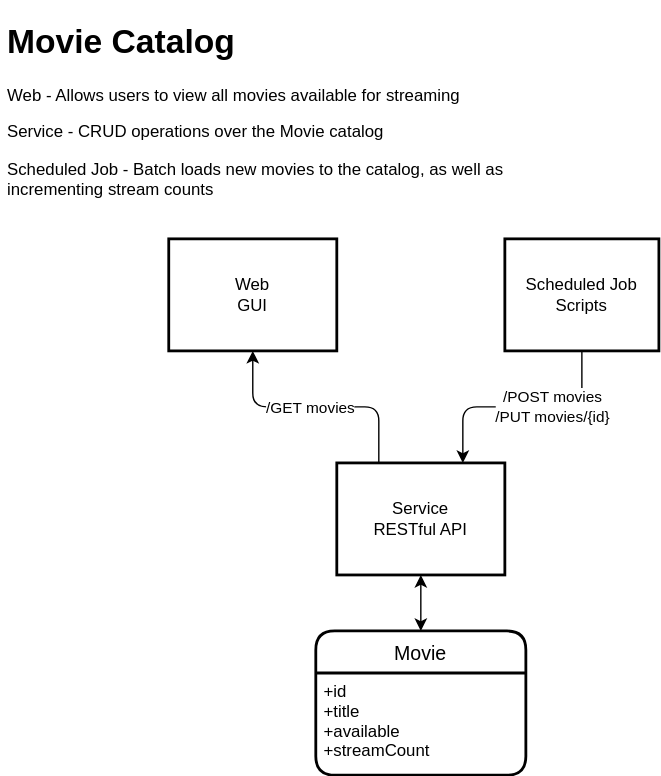
Before: OF_Mini_Pipeline.svg, a diagram exported from draw.io (annagapuz/cicd-comparison). Source tidied: cells renumbered, new cells last; positions are measured from the earlier drawing's top-left corner, leaving out a move shared by most shapes.
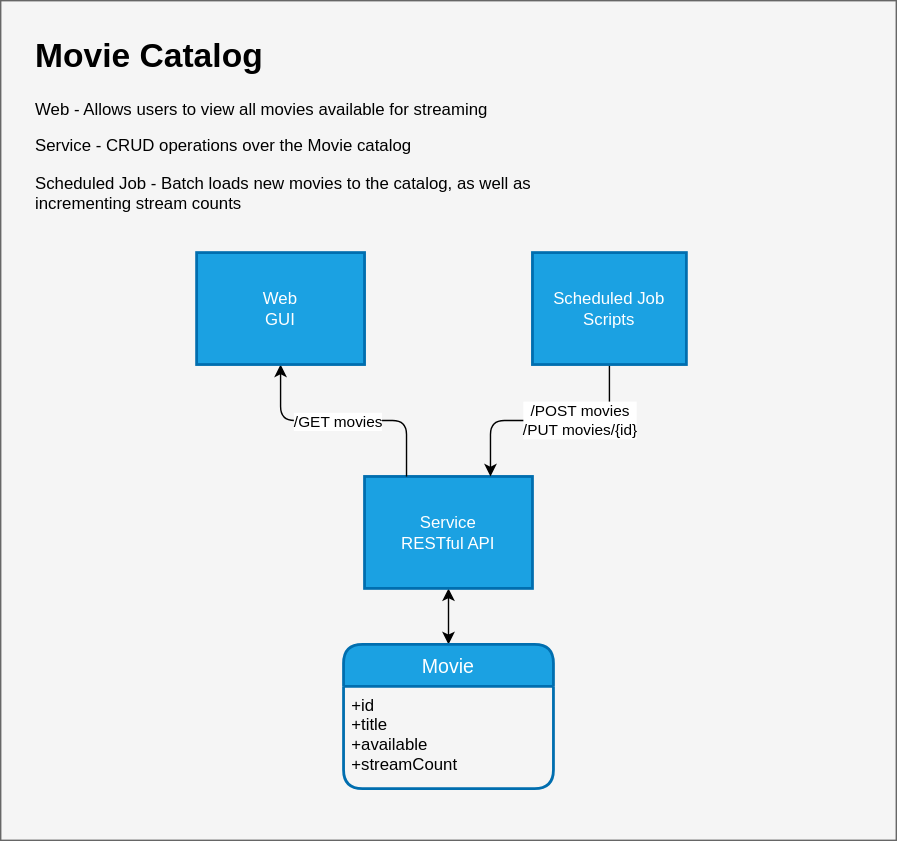
The same file after the commit.

The edit, as a diff of the source:
```diff
@@ -2,10 +2,13 @@
   <root>
     <mxCell id="0" />
     <mxCell id="1" parent="0" />
+    <mxCell id="13" style="rounded=0;whiteSpace=wrap;html=1;sketch=0;align=center;fillColor=#f5f5f5;strokeColor=#666666;fontColor=#333333;" parent="1" vertex="1">
+      <mxGeometry x="-20" y="-20" width="640" height="600" as="geometry" />
+    </mxCell>
     <mxCell id="2" style="edgeStyle=orthogonalEdgeStyle;curved=0;rounded=1;sketch=0;jettySize=auto;html=1;exitX=0.5;exitY=1;exitDx=0;exitDy=0;entryX=0.5;entryY=0;entryDx=0;entryDy=0;startArrow=classic;startFill=1;" parent="1" edge="1" source="3" target="11">
       <mxGeometry relative="1" as="geometry" />
     </mxCell>
-    <mxCell id="3" value="Service&lt;br&gt;&lt;div&gt;RESTful API&lt;/div&gt;" style="whiteSpace=wrap;html=1;absoluteArcSize=1;arcSize=14;strokeWidth=2;" parent="1" vertex="1">
+    <mxCell id="3" value="Service&lt;br&gt;&lt;div&gt;RESTful API&lt;/div&gt;" style="whiteSpace=wrap;html=1;absoluteArcSize=1;arcSize=14;strokeWidth=2;fillColor=#1ba1e2;strokeColor=#006EAF;fontColor=#ffffff;" parent="1" vertex="1">
       <mxGeometry x="240" y="320" width="120" height="80" as="geometry" />
     </mxCell>
     <mxCell id="4" style="edgeStyle=orthogonalEdgeStyle;jettySize=auto;html=1;exitX=0.25;exitY=0;exitDx=0;exitDy=0;entryX=0.5;entryY=1;entryDx=0;entryDy=0;" parent="1" edge="1" source="3" target="6">
@@ -14,7 +17,7 @@
     <mxCell id="5" value="/GET movies" style="edgeLabel;html=1;align=left;verticalAlign=middle;" parent="4" vertex="1">
       <mxGeometry x="0.43" relative="1" as="geometry" />
     </mxCell>
-    <mxCell id="6" value="Web&lt;br&gt;GUI" style="whiteSpace=wrap;html=1;absoluteArcSize=1;arcSize=14;strokeWidth=2;" parent="1" vertex="1">
+    <mxCell id="6" value="Web&lt;br&gt;GUI" style="whiteSpace=wrap;html=1;absoluteArcSize=1;arcSize=14;strokeWidth=2;fillColor=#1ba1e2;strokeColor=#006EAF;fontColor=#ffffff;" parent="1" vertex="1">
       <mxGeometry x="120" y="160" width="120" height="80" as="geometry" />
     </mxCell>
     <mxCell id="7" style="edgeStyle=orthogonalEdgeStyle;jettySize=auto;html=1;exitX=0.5;exitY=1;exitDx=0;exitDy=0;entryX=0.75;entryY=0;entryDx=0;entryDy=0;" parent="1" edge="1" source="9" target="3">
@@ -23,13 +26,13 @@
     <mxCell id="8" value="&lt;div&gt;/POST movies&lt;/div&gt;&lt;div&gt;/PUT movies/{id}&lt;br&gt;&lt;/div&gt;" style="edgeLabel;html=1;align=center;verticalAlign=middle;" parent="7" vertex="1">
       <mxGeometry x="-0.25" y="-1" relative="1" as="geometry" />
     </mxCell>
-    <mxCell id="9" value="&lt;div&gt;Scheduled Job&lt;br&gt;&lt;/div&gt;&lt;div&gt;Scripts&lt;br&gt;&lt;/div&gt;" style="whiteSpace=wrap;html=1;absoluteArcSize=1;arcSize=14;strokeWidth=2;" parent="1" vertex="1">
+    <mxCell id="9" value="&lt;div&gt;Scheduled Job&lt;br&gt;&lt;/div&gt;&lt;div&gt;Scripts&lt;br&gt;&lt;/div&gt;" style="whiteSpace=wrap;html=1;absoluteArcSize=1;arcSize=14;strokeWidth=2;fillColor=#1ba1e2;strokeColor=#006EAF;fontColor=#ffffff;" parent="1" vertex="1">
       <mxGeometry x="360" y="160" width="110" height="80" as="geometry" />
     </mxCell>
     <mxCell id="10" value="&lt;h1&gt;Movie Catalog&lt;br&gt;&lt;/h1&gt;&lt;p&gt;Web - Allows users to view all movies available for streaming&lt;/p&gt;&lt;p&gt;Service - CRUD operations over the Movie catalog&lt;/p&gt;&lt;p&gt;Scheduled Job - Batch loads new movies to the catalog, as well as incrementing stream counts&lt;br&gt;&lt;/p&gt;" style="text;html=1;strokeColor=none;fillColor=none;spacing=5;spacingTop=-20;whiteSpace=wrap;overflow=hidden;" parent="1" vertex="1">
       <mxGeometry width="380" height="140" as="geometry" />
     </mxCell>
-    <mxCell id="11" value="Movie" style="swimlane;horizontal=1;startSize=30;rounded=1;fontSize=14;fontStyle=0;strokeWidth=2;shadow=0;dashed=0;align=center;sketch=0;" parent="1" vertex="1">
+    <mxCell id="11" value="Movie" style="swimlane;horizontal=1;startSize=30;rounded=1;fontSize=14;fontStyle=0;strokeWidth=2;shadow=0;dashed=0;align=center;sketch=0;fillColor=#1ba1e2;strokeColor=#006EAF;fontColor=#ffffff;" parent="1" vertex="1">
       <mxGeometry x="225" y="440" width="150" height="103" as="geometry" />
     </mxCell>
     <mxCell id="12" value="+id&#10;+title&#10;+available&#10;+streamCount" style="align=left;strokeColor=none;fillColor=none;spacingLeft=4;fontSize=12;verticalAlign=top;" parent="11" vertex="1">
```
